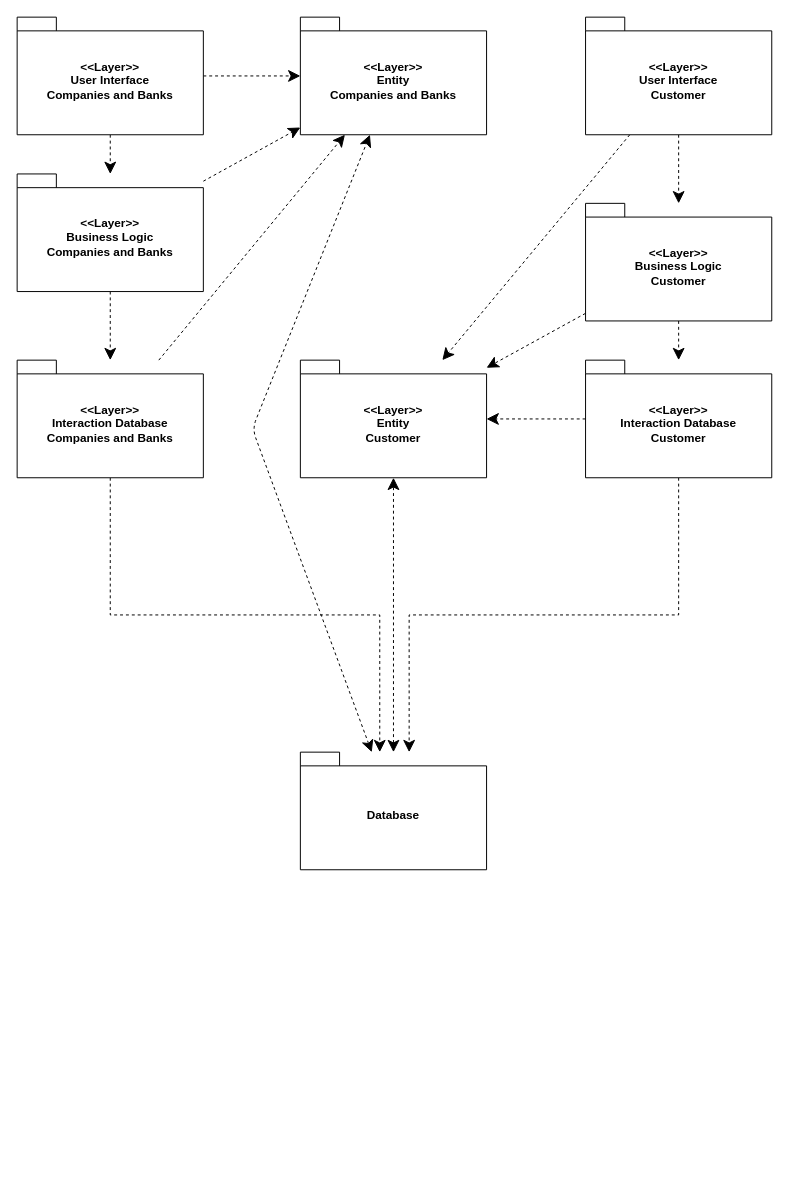
Before: page "Pacote-v1" (3 of 5) of Projeto/Diagramas.drawio in ericdiniz/LDS-LAB02, a draw.io diagram. Source tidied: cells renumbered, new cells numbered last; positions are measured from the earlier drawing's top-left corner, leaving out a move shared by most shapes. Both pictures are drawn from the tidied source at 98%, with x=0, y=0 at pixel (17, 17).
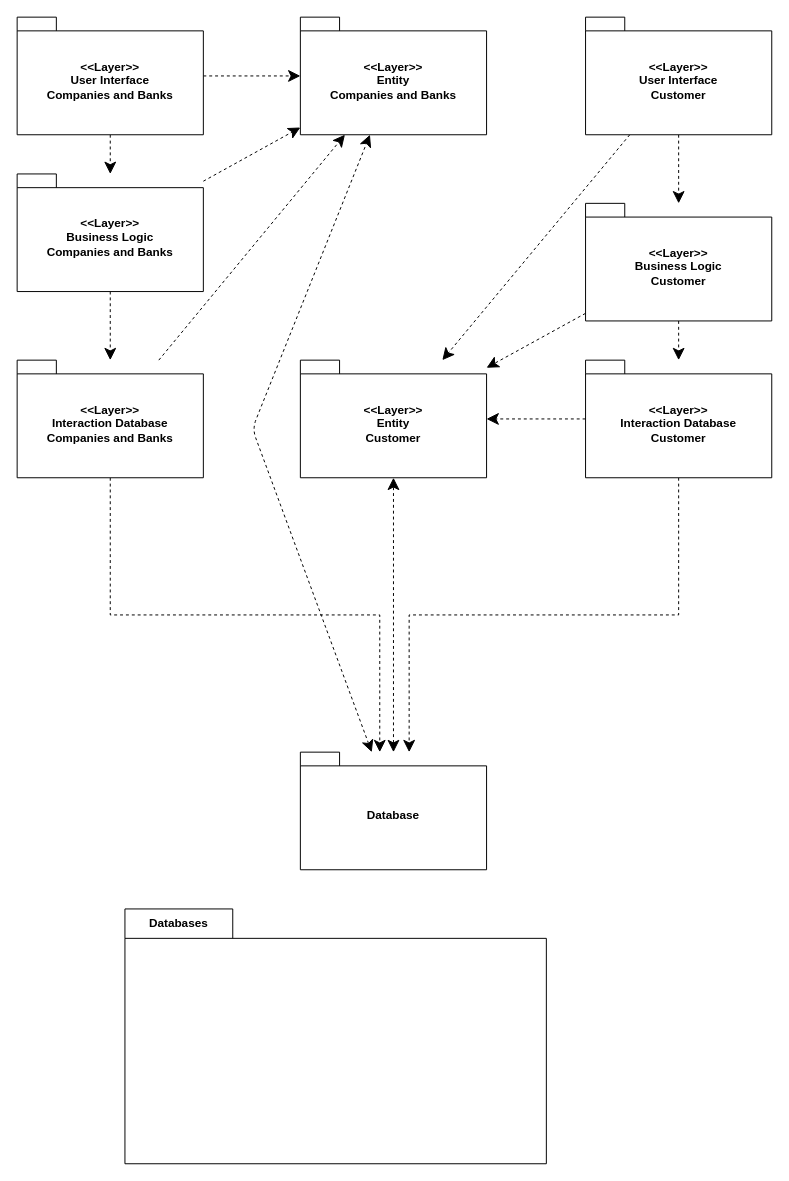
After the change.

Commit message:
update new version for diagrama de pacotes

What changed in the source:
```diff
@@
+    <mxCell id="25" value="Databases" style="shape=folder;fontStyle=1;tabWidth=110;tabHeight=30;tabPosition=left;html=1;boundedLbl=1;labelInHeader=1;whiteSpace=wrap;" parent="1" vertex="1">
+      <mxGeometry x="110" y="910" width="430" height="260" as="geometry" />
+    </mxCell>
```
